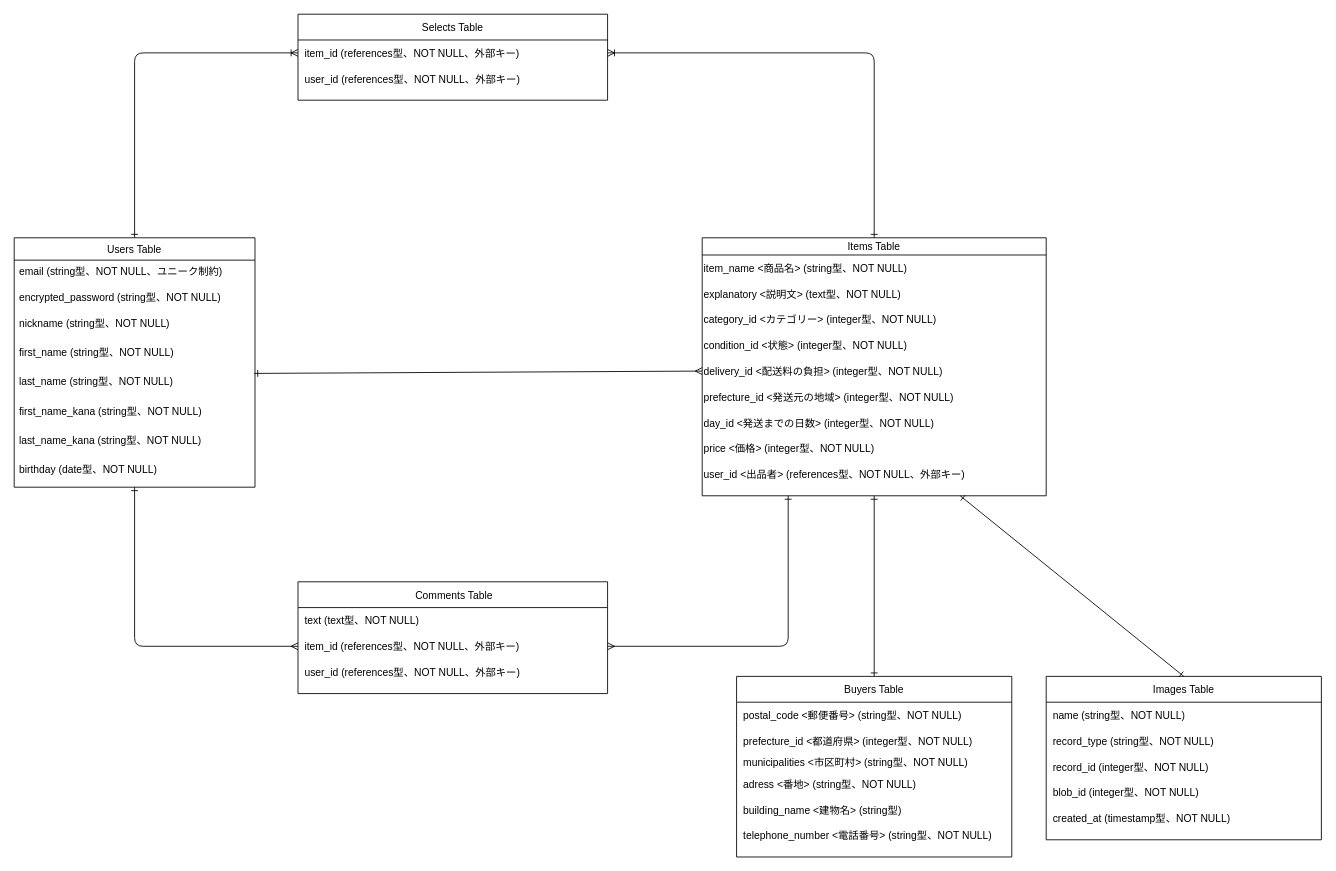
Earlier version of the draw.io diagram er.dio (Missi2/furima-37375). Source tidied: cells renumbered, new cells numbered last; positions are measured from the earlier drawing's top-left corner, leaving out a move shared by most shapes. Both pictures are drawn from the tidied source at 86%, with x=0, y=0 at pixel (14, 14).
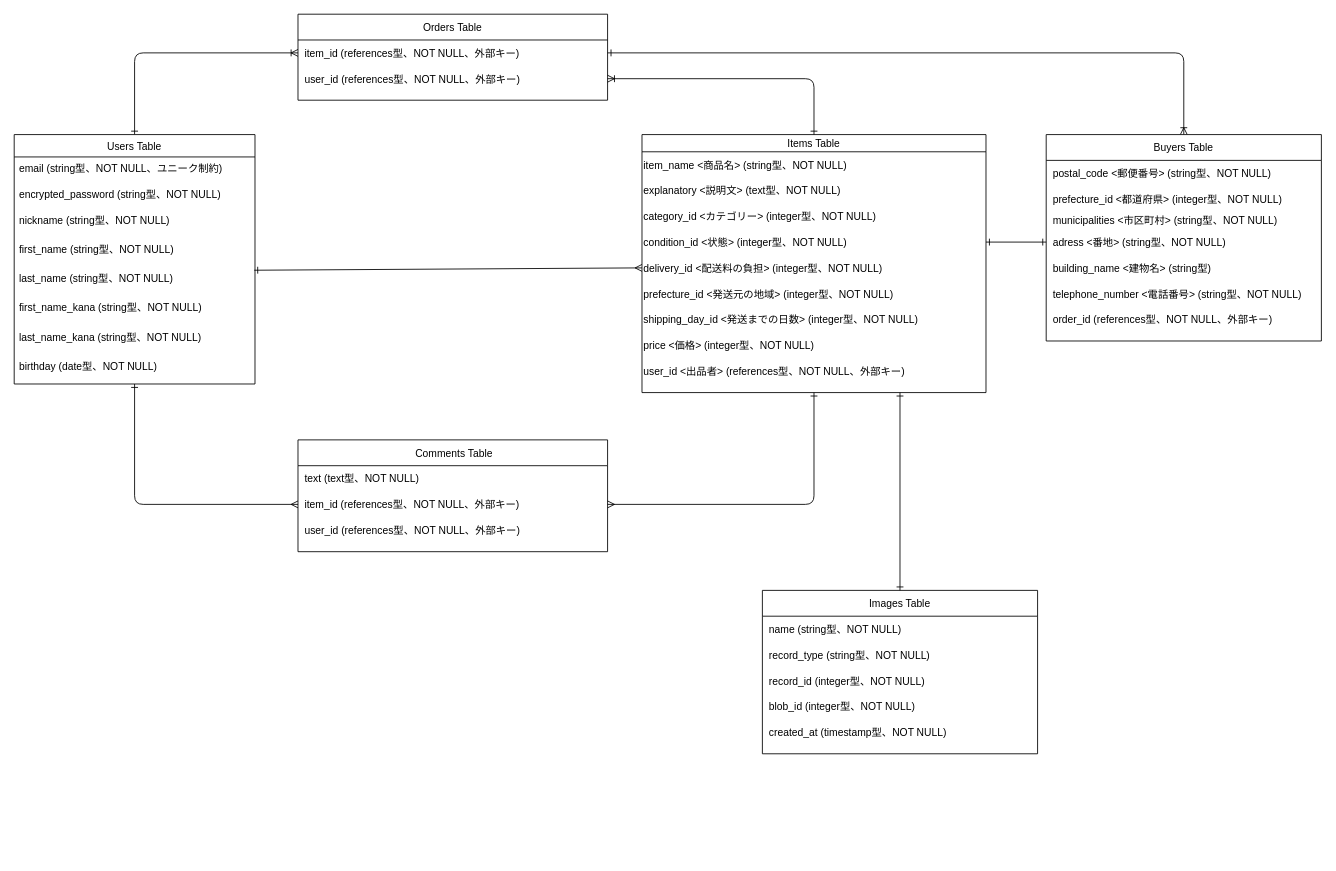
The same page after the edit.

Unchanged cells that the change refers to:
```xml
<mxCell id="23" style="shape=partialRectangle;fillColor=none;top=0;left=0;bottom=0;right=0;points=[[0,0.5],[1,0.5]];portConstraint=eastwest;" parent="16" vertex="1">
  <mxGeometry y="110" width="400" height="30" as="geometry" />
</mxCell>
<mxCell id="29" style="shape=partialRectangle;fillColor=none;top=0;left=0;bottom=0;right=0;" parent="16" vertex="1">
  <mxGeometry y="200" width="400" height="30" as="geometry" />
</mxCell>
<mxCell id="33" style="shape=partialRectangle;fillColor=none;top=0;left=0;bottom=0;right=0;points=[[0,0.5],[1,0.5]];portConstraint=eastwest;" parent="16" vertex="1">
  <mxGeometry y="260" width="400" height="30" as="geometry" />
</mxCell>
<mxCell id="38" style="shape=partialRectangle;fillColor=none;top=0;left=0;bottom=0;right=0;points=[[0,0.5],[1,0.5]];portConstraint=eastwest;fontSize=12;" parent="35" vertex="1">
  <mxGeometry y="60" width="360" height="30" as="geometry" />
</mxCell>
<mxCell id="49" style="shape=partialRectangle;fillColor=none;top=0;left=0;bottom=0;right=0;points=[[0,0.5],[1,0.5]];portConstraint=eastwest;fontSize=12;" parent="42" vertex="1">
  <mxGeometry y="110" width="320" height="30" as="geometry" />
</mxCell>
<mxCell id="68" style="shape=partialRectangle;fillColor=none;top=0;left=0;bottom=0;right=0;points=[[0,0.5],[1,0.5]];portConstraint=eastwest;fontSize=12;" parent="67" vertex="1">
  <mxGeometry y="30" width="360" height="30" as="geometry" />
</mxCell>
<mxCell id="70" style="shape=partialRectangle;fillColor=none;top=0;left=0;bottom=0;right=0;points=[[0,0.5],[1,0.5]];portConstraint=eastwest;fontSize=12;" parent="67" vertex="1">
  <mxGeometry y="60" width="360" height="30" as="geometry" />
</mxCell>
```

Change to the diagram source:
```diff
@@
     <mxCell id="3" style="edgeStyle=none;html=1;entryX=0;entryY=0.5;entryDx=0;entryDy=0;fontSize=12;startArrow=ERone;startFill=0;endArrow=ERmany;endFill=0;targetPerimeterSpacing=0;" parent="1" edge="1" source="5" target="38">
       <mxGeometry relative="1" as="geometry">
         <Array as="points">
-          <mxPoint x="140" y="735" />
+          <mxPoint x="140" y="570" />
         </Array>
       </mxGeometry>
     </mxCell>
@@
     <mxCell id="5" value="Users Table" style="swimlane;fontStyle=0;horizontal=1;startSize=26;align=center;fontSize=12;" parent="1" vertex="1">
-      <mxGeometry y="260" width="280" height="290" as="geometry" />
+      <mxGeometry y="140" width="280" height="290" as="geometry" />
     </mxCell>
@@
-    <mxCell id="14" style="edgeStyle=none;html=1;entryX=1;entryY=0.5;entryDx=0;entryDy=0;fontSize=12;startArrow=ERone;startFill=0;endArrow=ERmany;endFill=0;targetPerimeterSpacing=0;exitX=0.25;exitY=1;exitDx=0;exitDy=0;" parent="1" edge="1" source="16" target="38">
+    <mxCell id="14" style="edgeStyle=none;html=1;entryX=1;entryY=0.5;entryDx=0;entryDy=0;fontSize=12;startArrow=ERone;startFill=0;endArrow=ERmany;endFill=0;targetPerimeterSpacing=0;exitX=0.5;exitY=1.333;exitDx=0;exitDy=0;exitPerimeter=0;" parent="1" edge="1" source="33" target="38">
       <mxGeometry relative="1" as="geometry">
         <Array as="points">
-          <mxPoint x="900" y="735" />
+          <mxPoint x="930" y="570" />
         </Array>
       </mxGeometry>
     </mxCell>
-    <mxCell id="15" style="edgeStyle=none;html=1;entryX=0.5;entryY=0;entryDx=0;entryDy=0;endArrow=ERone;endFill=0;startArrow=ERone;startFill=0;" parent="1" edge="1" source="16" target="42">
+    <mxCell id="15" style="edgeStyle=none;html=1;entryX=0;entryY=0.5;entryDx=0;entryDy=0;endArrow=ERone;endFill=0;startArrow=ERone;startFill=0;exitX=1;exitY=0.5;exitDx=0;exitDy=0;" parent="1" edge="1" source="23" target="49">
       <mxGeometry relative="1" as="geometry" />
     </mxCell>
     <mxCell id="16" value="Items Table" style="shape=table;startSize=20;childLayout=tableLayout;rowLines=0;fontStyle=0;align=center;" parent="1" vertex="1">
-      <mxGeometry x="800" y="260" width="400" height="300" as="geometry" />
+      <mxGeometry x="730" y="140" width="400" height="300" as="geometry" />
     </mxCell>
@@
-    <mxCell id="30" value="day_id &lt;発送までの日数&gt; (integer型、NOT NULL)" style="shape=partialRectangle;fillColor=none;top=0;left=0;bottom=0;right=0;overflow=hidden;align=left;" parent="29" vertex="1">
+    <mxCell id="30" value="shipping_day_id &lt;発送までの日数&gt; (integer型、NOT NULL)" style="shape=partialRectangle;fillColor=none;top=0;left=0;bottom=0;right=0;overflow=hidden;align=left;" parent="29" vertex="1">
       <mxGeometry width="400" height="30" as="geometry" />
     </mxCell>
@@
     <mxCell id="35" value=" Comments Table" style="shape=table;startSize=30;childLayout=tableLayout;rowLines=0;fontStyle=0;align=center;fontSize=12;" parent="1" vertex="1">
-      <mxGeometry x="330" y="660" width="360" height="130" as="geometry" />
+      <mxGeometry x="330" y="495" width="360" height="130" as="geometry" />
     </mxCell>
@@
+    <mxCell id="73" style="edgeStyle=none;html=1;entryX=1;entryY=0.5;entryDx=0;entryDy=0;startArrow=ERoneToMany;startFill=0;endArrow=ERone;endFill=0;exitX=0.5;exitY=0;exitDx=0;exitDy=0;" parent="1" edge="1" source="42" target="68">
+      <mxGeometry relative="1" as="geometry">
+        <Array as="points">
+          <mxPoint x="1360" y="45" />
+        </Array>
+      </mxGeometry>
+    </mxCell>
     <mxCell id="42" value="Buyers Table" style="shape=table;startSize=30;childLayout=tableLayout;rowLines=0;fontStyle=0;align=center;fontSize=12;" parent="1" vertex="1">
-      <mxGeometry x="840" y="770" width="320" height="210" as="geometry" />
+      <mxGeometry x="1200" y="140" width="320" height="240" as="geometry" />
     </mxCell>
@@
+    <mxCell id="74" style="shape=partialRectangle;fillColor=none;top=0;left=0;bottom=0;right=0;fontSize=12;" parent="42" vertex="1">
+      <mxGeometry y="200" width="320" height="30" as="geometry" />
+    </mxCell>
+    <mxCell id="75" value="order_id (references型、NOT NULL、外部キー)" style="shape=partialRectangle;fillColor=none;top=0;left=0;bottom=0;right=0;align=left;spacingLeft=6;overflow=hidden;fontSize=12;" parent="74" vertex="1">
+      <mxGeometry width="320" height="30" as="geometry" />
+    </mxCell>
     <mxCell id="55" value="Images Table" style="shape=table;startSize=30;childLayout=tableLayout;rowLines=0;fontStyle=0;align=center;fontSize=12;" parent="1" vertex="1">
-      <mxGeometry x="1200" y="770" width="320" height="190" as="geometry" />
+      <mxGeometry x="870" y="670" width="320" height="190" as="geometry" />
     </mxCell>
@@
-    <mxCell id="67" value="Selects Table" style="shape=table;startSize=30;childLayout=tableLayout;rowLines=0;fontStyle=0;align=center;fontSize=12;" parent="1" vertex="1">
+    <mxCell id="67" value="Orders Table" style="shape=table;startSize=30;childLayout=tableLayout;rowLines=0;fontStyle=0;align=center;fontSize=12;" parent="1" vertex="1">
       <mxGeometry x="330" width="360" height="100" as="geometry" />
     </mxCell>
@@
-    <mxCell id="72" style="edgeStyle=none;html=1;startArrow=ERoneToMany;startFill=0;endArrow=ERone;endFill=0;entryX=0.5;entryY=0;entryDx=0;entryDy=0;" parent="1" edge="1" source="68" target="16">
+    <mxCell id="72" style="edgeStyle=none;html=1;startArrow=ERoneToMany;startFill=0;endArrow=ERone;endFill=0;entryX=0.5;entryY=0;entryDx=0;entryDy=0;exitX=1;exitY=0.5;exitDx=0;exitDy=0;" parent="1" edge="1" source="70" target="16">
       <mxGeometry relative="1" as="geometry">
         <Array as="points">
-          <mxPoint x="1000" y="45" />
+          <mxPoint x="930" y="75" />
         </Array>
       </mxGeometry>
     </mxCell>
```
